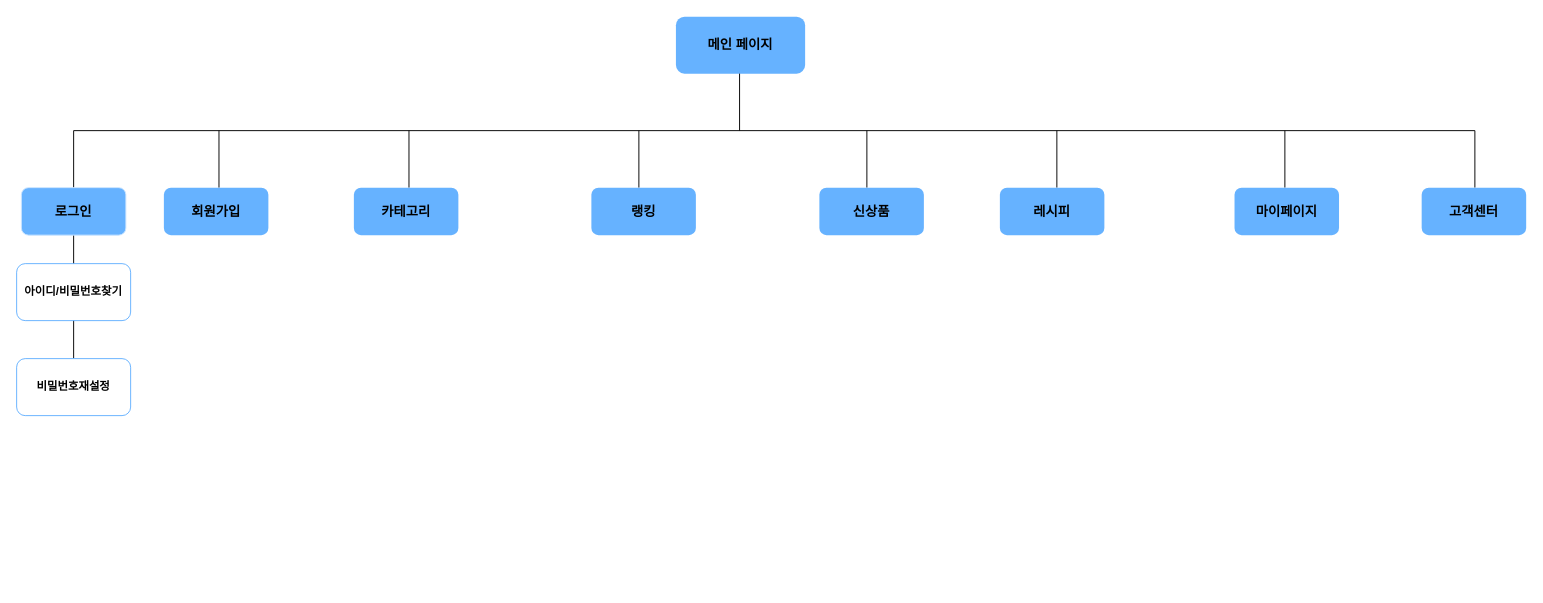
wjdwodhs/Flowchart keeps this draw.io diagram as Flowchart.drawio. Above is the earlier version. Source tidied: cells renumbered, new cells numbered last; positions are measured from the earlier drawing's top-left corner, leaving out a move shared by most shapes. Both pictures are drawn from the tidied source at 95%, with x=0, y=0 at pixel (16, 16).
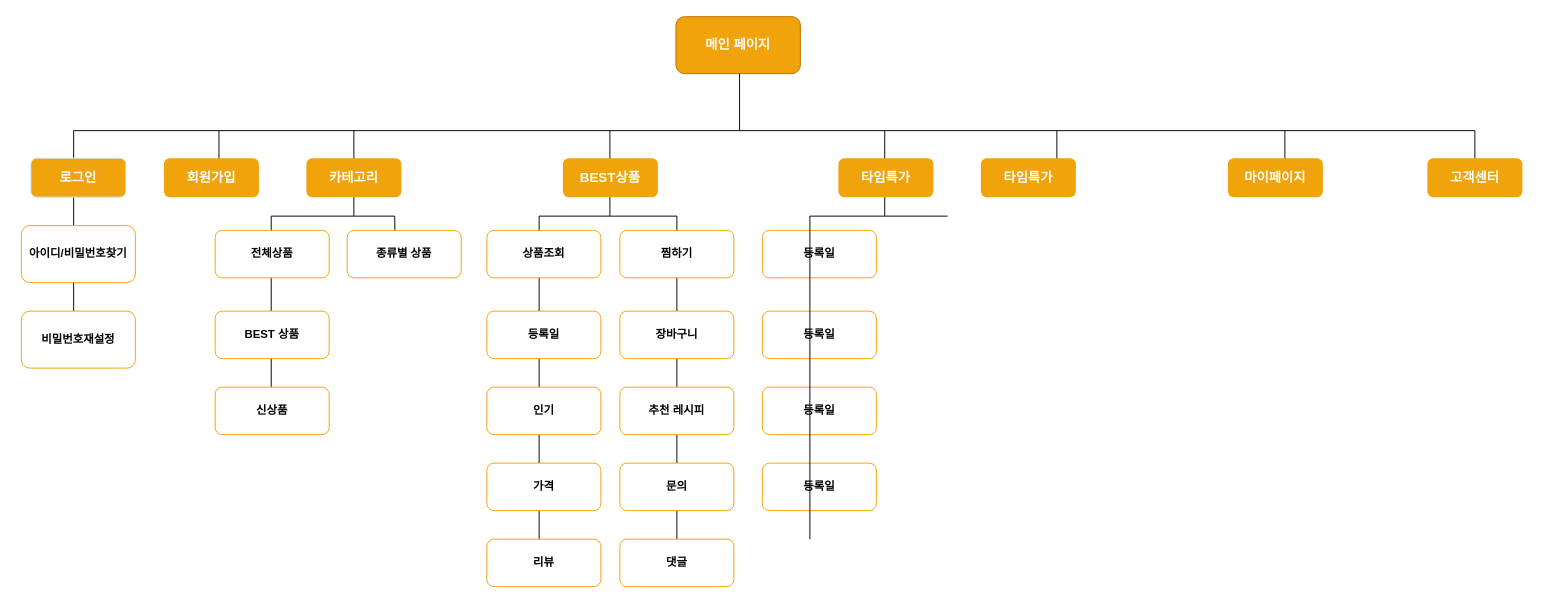
The same page after the edit.

Change to the diagram source:
```diff
@@
-    <mxCell id="2" value="&lt;h3&gt;&lt;font style=&quot;font-size: 14px;&quot;&gt;메인 페이지&lt;/font&gt;&lt;/h3&gt;" style="rounded=1;whiteSpace=wrap;html=1;fillColor=#66B2FF;strokeColor=none;" parent="1" vertex="1">
-      <mxGeometry x="694" width="136" height="60" as="geometry" />
+    <mxCell id="2" value="&lt;h3&gt;&lt;font color=&quot;#ffffff&quot; style=&quot;font-size: 14px;&quot;&gt;메인 페이지&lt;/font&gt;&lt;/h3&gt;" style="rounded=1;whiteSpace=wrap;html=1;fillColor=#F0A30A;strokeColor=#BD7000;fontColor=#000000;" parent="1" vertex="1">
+      <mxGeometry x="694" width="131" height="60" as="geometry" />
     </mxCell>
@@
-    <mxCell id="7" style="endArrow=none;html=1;rounded=0;" parent="1" edge="1">
-      <mxGeometry relative="1" as="geometry">
-        <mxPoint x="413" y="180" as="sourcePoint" />
-        <mxPoint x="413" y="120" as="targetPoint" />
-      </mxGeometry>
-    </mxCell>
-    <mxCell id="8" style="endArrow=none;html=1;rounded=0;" parent="1" edge="1">
-      <mxGeometry relative="1" as="geometry">
-        <mxPoint x="655" y="180" as="sourcePoint" />
-        <mxPoint x="655" y="120" as="targetPoint" />
-      </mxGeometry>
-    </mxCell>
-    <mxCell id="9" style="endArrow=none;html=1;rounded=0;" parent="1" edge="1">
-      <mxGeometry relative="1" as="geometry">
-        <mxPoint x="895" y="180" as="sourcePoint" />
-        <mxPoint x="895" y="120" as="targetPoint" />
-      </mxGeometry>
-    </mxCell>
-    <mxCell id="10" value="&lt;h3&gt;&lt;font style=&quot;font-size: 14px;&quot;&gt;로그인&lt;/font&gt;&lt;/h3&gt;" style="rounded=1;whiteSpace=wrap;html=1;fillColor=#66B2FF;strokeColor=#CCE5FF;" parent="1" vertex="1">
-      <mxGeometry x="5" y="180" width="110" height="50" as="geometry" />
+    <mxCell id="10" value="&lt;h3&gt;&lt;font color=&quot;#ffffff&quot; style=&quot;font-size: 14px;&quot;&gt;로그인&lt;/font&gt;&lt;/h3&gt;" style="rounded=1;whiteSpace=wrap;html=1;fillColor=#F0A30A;strokeColor=#CCE5FF;" parent="1" vertex="1">
+      <mxGeometry x="15" y="149" width="100" height="41" as="geometry" />
     </mxCell>
-    <mxCell id="11" value="&lt;h3&gt;&lt;font style=&quot;font-size: 14px;&quot;&gt;회원가입&lt;/font&gt;&lt;/h3&gt;" style="rounded=1;whiteSpace=wrap;html=1;fillColor=#66B2FF;strokeColor=none;" parent="1" vertex="1">
-      <mxGeometry x="155" y="180" width="110" height="50" as="geometry" />
+    <mxCell id="11" value="&lt;h3&gt;&lt;font color=&quot;#ffffff&quot; style=&quot;font-size: 14px;&quot;&gt;회원가입&lt;/font&gt;&lt;/h3&gt;" style="rounded=1;whiteSpace=wrap;html=1;fillColor=#F0A30A;strokeColor=none;" parent="1" vertex="1">
+      <mxGeometry x="155" y="149" width="100" height="41" as="geometry" />
     </mxCell>
-    <mxCell id="12" value="&lt;h3&gt;&lt;span style=&quot;font-size: 14px;&quot;&gt;카테고리&lt;/span&gt;&lt;/h3&gt;" style="rounded=1;whiteSpace=wrap;html=1;fillColor=#66B2FF;strokeColor=none;" parent="1" vertex="1">
-      <mxGeometry x="355" y="180" width="110" height="50" as="geometry" />
-    </mxCell>
-    <mxCell id="13" value="&lt;h3&gt;&lt;span style=&quot;font-size: 14px;&quot;&gt;랭킹&lt;/span&gt;&lt;/h3&gt;" style="rounded=1;whiteSpace=wrap;html=1;fillColor=#66B2FF;strokeColor=none;" parent="1" vertex="1">
-      <mxGeometry x="605" y="180" width="110" height="50" as="geometry" />
-    </mxCell>
-    <mxCell id="14" value="&lt;h3&gt;&lt;font style=&quot;font-size: 14px;&quot;&gt;신상품&lt;/font&gt;&lt;/h3&gt;" style="rounded=1;whiteSpace=wrap;html=1;fillColor=#66B2FF;strokeColor=none;" parent="1" vertex="1">
-      <mxGeometry x="845" y="180" width="110" height="50" as="geometry" />
-    </mxCell>
@@
-    <mxCell id="16" value="&lt;h3&gt;&lt;font style=&quot;font-size: 14px;&quot;&gt;레시피&lt;/font&gt;&lt;/h3&gt;" style="rounded=1;whiteSpace=wrap;html=1;fillColor=#66B2FF;strokeColor=none;" parent="1" vertex="1">
-      <mxGeometry x="1035" y="180" width="110" height="50" as="geometry" />
-    </mxCell>
@@
-    <mxCell id="18" value="&lt;h3&gt;&lt;font style=&quot;font-size: 14px;&quot;&gt;마이페이지&lt;/font&gt;&lt;/h3&gt;" style="rounded=1;whiteSpace=wrap;html=1;fillColor=#66B2FF;strokeColor=none;" parent="1" vertex="1">
-      <mxGeometry x="1282" y="180" width="110" height="50" as="geometry" />
+    <mxCell id="18" value="&lt;h3&gt;&lt;font color=&quot;#ffffff&quot; style=&quot;font-size: 14px;&quot;&gt;마이페이지&lt;/font&gt;&lt;/h3&gt;" style="rounded=1;whiteSpace=wrap;html=1;fillColor=#F0A30A;strokeColor=none;" parent="1" vertex="1">
+      <mxGeometry x="1275" y="149" width="100" height="41" as="geometry" />
     </mxCell>
-    <mxCell id="19" value="&lt;font style=&quot;font-size: 12px;&quot;&gt;&lt;b&gt;아이디/비밀번호찾기&lt;/b&gt;&lt;/font&gt;" style="rounded=1;whiteSpace=wrap;html=1;strokeColor=#66B2FF;" parent="1" vertex="1">
-      <mxGeometry y="260" width="120" height="60" as="geometry" />
+    <mxCell id="19" value="&lt;font style=&quot;font-size: 12px;&quot;&gt;&lt;b&gt;아이디/비밀번호찾기&lt;/b&gt;&lt;/font&gt;" style="rounded=1;whiteSpace=wrap;html=1;strokeColor=#F0A30A;" parent="1" vertex="1">
+      <mxGeometry x="5" y="220" width="120" height="60" as="geometry" />
     </mxCell>
-    <mxCell id="20" value="&lt;b&gt;비밀번호재설정&lt;/b&gt;" style="rounded=1;whiteSpace=wrap;html=1;strokeColor=#66B2FF;" parent="1" vertex="1">
-      <mxGeometry y="360" width="120" height="60" as="geometry" />
+    <mxCell id="20" value="&lt;b&gt;비밀번호재설정&lt;/b&gt;" style="rounded=1;whiteSpace=wrap;html=1;strokeColor=#F0A30A;" parent="1" vertex="1">
+      <mxGeometry x="5" y="310" width="120" height="60" as="geometry" />
     </mxCell>
     <mxCell id="21" style="endArrow=none;html=1;rounded=0;" parent="1" edge="1">
       <mxGeometry relative="1" as="geometry">
-        <mxPoint x="1535" y="180" as="sourcePoint" />
+        <mxPoint x="1535" y="150" as="sourcePoint" />
         <mxPoint x="1535" y="120" as="targetPoint" />
       </mxGeometry>
     </mxCell>
+    <mxCell id="23" style="endArrow=none;html=1;rounded=0;" parent="1" edge="1">
+      <mxGeometry relative="1" as="geometry">
+        <mxPoint x="355" y="210" as="sourcePoint" />
+        <mxPoint x="355" y="120" as="targetPoint" />
+      </mxGeometry>
+    </mxCell>
+    <mxCell id="12" value="&lt;h3&gt;&lt;span style=&quot;font-size: 14px;&quot;&gt;&lt;font color=&quot;#ffffff&quot;&gt;카테고리&lt;/font&gt;&lt;/span&gt;&lt;/h3&gt;" style="rounded=1;whiteSpace=wrap;html=1;fillColor=#F0A30A;strokeColor=none;" parent="1" vertex="1">
+      <mxGeometry x="305" y="149" width="100" height="41" as="geometry" />
+    </mxCell>
+    <mxCell id="24" style="endArrow=none;html=1;rounded=0;" parent="1" edge="1">
+      <mxGeometry relative="1" as="geometry">
+        <mxPoint x="268" y="210" as="sourcePoint" />
+        <mxPoint x="398" y="210" as="targetPoint" />
+      </mxGeometry>
+    </mxCell>
+    <mxCell id="25" style="endArrow=none;html=1;rounded=0;exitX=0.422;exitY=0.972;exitDx=0;exitDy=0;exitPerimeter=0;" parent="1" edge="1">
+      <mxGeometry relative="1" as="geometry">
+        <mxPoint x="398.6" y="273.6" as="sourcePoint" />
+        <mxPoint x="398" y="210" as="targetPoint" />
+      </mxGeometry>
+    </mxCell>
+    <mxCell id="26" value="&lt;b&gt;종류별 상품&lt;/b&gt;" style="rounded=1;whiteSpace=wrap;html=1;strokeColor=#F0A30A;" parent="1" vertex="1">
+      <mxGeometry x="348" y="225" width="120" height="50" as="geometry" />
+    </mxCell>
+    <mxCell id="27" style="endArrow=none;html=1;rounded=0;exitX=0.5;exitY=0;exitDx=0;exitDy=0;" parent="1" edge="1" source="49">
+      <mxGeometry relative="1" as="geometry">
+        <mxPoint x="695" y="210" as="targetPoint" />
+      </mxGeometry>
+    </mxCell>
+    <mxCell id="28" style="endArrow=none;html=1;rounded=0;exitX=0.5;exitY=1;exitDx=0;exitDy=0;" parent="1" edge="1">
+      <mxGeometry relative="1" as="geometry">
+        <mxPoint x="268" y="440" as="sourcePoint" />
+        <mxPoint x="268" y="210" as="targetPoint" />
+      </mxGeometry>
+    </mxCell>
+    <mxCell id="29" value="&lt;b&gt;전체상품&lt;/b&gt;" style="rounded=1;whiteSpace=wrap;html=1;strokeColor=#F0A30A;" parent="1" vertex="1">
+      <mxGeometry x="209" y="225" width="120" height="50" as="geometry" />
+    </mxCell>
+    <mxCell id="30" value="&lt;b&gt;BEST 상품&lt;/b&gt;" style="rounded=1;whiteSpace=wrap;html=1;strokeColor=#F0A30A;" parent="1" vertex="1">
+      <mxGeometry x="209" y="310" width="120" height="50" as="geometry" />
+    </mxCell>
+    <mxCell id="14" value="&lt;b&gt;신상품&lt;/b&gt;" style="rounded=1;whiteSpace=wrap;html=1;strokeColor=#F0A30A;" parent="1" vertex="1">
+      <mxGeometry x="209" y="390" width="120" height="50" as="geometry" />
+    </mxCell>
+    <mxCell id="31" style="endArrow=none;html=1;rounded=0;" parent="1" edge="1">
+      <mxGeometry relative="1" as="geometry">
+        <mxPoint x="550" y="560" as="sourcePoint" />
+        <mxPoint x="550" y="210" as="targetPoint" />
+      </mxGeometry>
+    </mxCell>
-    <mxCell id="22" value="&lt;h3&gt;&lt;font style=&quot;font-size: 14px;&quot;&gt;고객센터&lt;/font&gt;&lt;/h3&gt;" style="rounded=1;whiteSpace=wrap;html=1;fillColor=#66B2FF;strokeColor=none;" parent="1" vertex="1">
-      <mxGeometry x="1479" y="180" width="110" height="50" as="geometry" />
+    <mxCell id="22" value="&lt;h3&gt;&lt;font color=&quot;#ffffff&quot; style=&quot;font-size: 14px;&quot;&gt;고객센터&lt;/font&gt;&lt;/h3&gt;" style="rounded=1;whiteSpace=wrap;html=1;fillColor=#F0A30A;strokeColor=none;" parent="1" vertex="1">
+      <mxGeometry x="1485" y="149" width="100" height="41" as="geometry" />
     </mxCell>
+    <mxCell id="32" value="&lt;b&gt;상품조회&lt;/b&gt;" style="rounded=1;whiteSpace=wrap;html=1;strokeColor=#F0A30A;" parent="1" vertex="1">
+      <mxGeometry x="495" y="225" width="120" height="50" as="geometry" />
+    </mxCell>
+    <mxCell id="33" value="&lt;b&gt;등록일&lt;/b&gt;" style="rounded=1;whiteSpace=wrap;html=1;strokeColor=#F0A30A;" parent="1" vertex="1">
+      <mxGeometry x="495" y="310" width="120" height="50" as="geometry" />
+    </mxCell>
+    <mxCell id="34" value="&lt;b&gt;인기&lt;/b&gt;" style="rounded=1;whiteSpace=wrap;html=1;strokeColor=#F0A30A;" parent="1" vertex="1">
+      <mxGeometry x="495" y="390" width="120" height="50" as="geometry" />
+    </mxCell>
+    <mxCell id="35" value="&lt;b&gt;가격&lt;/b&gt;" style="rounded=1;whiteSpace=wrap;html=1;strokeColor=#F0A30A;" parent="1" vertex="1">
+      <mxGeometry x="495" y="470" width="120" height="50" as="geometry" />
+    </mxCell>
+    <mxCell id="36" value="&lt;b&gt;찜하기&lt;/b&gt;" style="rounded=1;whiteSpace=wrap;html=1;strokeColor=#F0A30A;" parent="1" vertex="1">
+      <mxGeometry x="635" y="225" width="120" height="50" as="geometry" />
+    </mxCell>
+    <mxCell id="37" value="&lt;b&gt;장바구니&lt;/b&gt;" style="rounded=1;whiteSpace=wrap;html=1;strokeColor=#F0A30A;" parent="1" vertex="1">
+      <mxGeometry x="635" y="310" width="120" height="50" as="geometry" />
+    </mxCell>
+    <mxCell id="38" value="&lt;b&gt;추천 레시피&lt;/b&gt;" style="rounded=1;whiteSpace=wrap;html=1;strokeColor=#F0A30A;" parent="1" vertex="1">
+      <mxGeometry x="635" y="390" width="120" height="50" as="geometry" />
+    </mxCell>
+    <mxCell id="39" value="&lt;b style=&quot;border-color: var(--border-color);&quot;&gt;문의&lt;/b&gt;" style="rounded=1;whiteSpace=wrap;html=1;strokeColor=#F0A30A;" parent="1" vertex="1">
+      <mxGeometry x="635" y="470" width="120" height="50" as="geometry" />
+    </mxCell>
+    <mxCell id="40" value="&lt;h3&gt;&lt;font color=&quot;#ffffff&quot;&gt;&lt;span style=&quot;font-size: 14px;&quot;&gt;타임특가&lt;/span&gt;&lt;/font&gt;&lt;/h3&gt;" style="rounded=1;whiteSpace=wrap;html=1;fillColor=#F0A30A;strokeColor=none;" parent="1" vertex="1">
+      <mxGeometry x="1015" y="149" width="100" height="41" as="geometry" />
+    </mxCell>
+    <mxCell id="41" value="&lt;b&gt;등록일&lt;/b&gt;" style="rounded=1;whiteSpace=wrap;html=1;strokeColor=#F0A30A;" parent="1" vertex="1">
+      <mxGeometry x="785" y="225" width="120" height="50" as="geometry" />
+    </mxCell>
+    <mxCell id="42" value="&lt;b&gt;등록일&lt;/b&gt;" style="rounded=1;whiteSpace=wrap;html=1;strokeColor=#F0A30A;" parent="1" vertex="1">
+      <mxGeometry x="785" y="310" width="120" height="50" as="geometry" />
+    </mxCell>
+    <mxCell id="43" value="&lt;b&gt;등록일&lt;/b&gt;" style="rounded=1;whiteSpace=wrap;html=1;strokeColor=#F0A30A;" parent="1" vertex="1">
+      <mxGeometry x="785" y="470" width="120" height="50" as="geometry" />
+    </mxCell>
+    <mxCell id="44" value="&lt;b&gt;등록일&lt;/b&gt;" style="rounded=1;whiteSpace=wrap;html=1;strokeColor=#F0A30A;" parent="1" vertex="1">
+      <mxGeometry x="785" y="390" width="120" height="50" as="geometry" />
+    </mxCell>
+    <mxCell id="45" value="&lt;b&gt;리뷰&lt;/b&gt;" style="rounded=1;whiteSpace=wrap;html=1;strokeColor=#F0A30A;" parent="1" vertex="1">
+      <mxGeometry x="495" y="550" width="120" height="50" as="geometry" />
+    </mxCell>
+    <mxCell id="46" style="endArrow=none;html=1;rounded=0;" parent="1" edge="1">
+      <mxGeometry relative="1" as="geometry">
+        <mxPoint x="550" y="210" as="sourcePoint" />
+        <mxPoint x="695" y="210" as="targetPoint" />
+      </mxGeometry>
+    </mxCell>
+    <mxCell id="47" style="endArrow=none;html=1;rounded=0;" parent="1" edge="1">
+      <mxGeometry relative="1" as="geometry">
+        <mxPoint x="624.5" y="210" as="sourcePoint" />
+        <mxPoint x="624.5" y="120" as="targetPoint" />
+      </mxGeometry>
+    </mxCell>
+    <mxCell id="48" value="&lt;h3 style=&quot;border-color: var(--border-color);&quot;&gt;&lt;font color=&quot;#ffffff&quot;&gt;BEST상품&lt;/font&gt;&lt;/h3&gt;" style="rounded=1;whiteSpace=wrap;html=1;fillColor=#F0A30A;strokeColor=none;" parent="1" vertex="1">
+      <mxGeometry x="575" y="149" width="100" height="41" as="geometry" />
+    </mxCell>
+    <mxCell id="49" value="&lt;b style=&quot;border-color: var(--border-color);&quot;&gt;댓글&lt;/b&gt;" style="rounded=1;whiteSpace=wrap;html=1;strokeColor=#F0A30A;" parent="1" vertex="1">
+      <mxGeometry x="635" y="550" width="120" height="50" as="geometry" />
+    </mxCell>
+    <mxCell id="50" style="endArrow=none;html=1;rounded=0;" parent="1" edge="1">
+      <mxGeometry relative="1" as="geometry">
+        <mxPoint x="913.8" y="210" as="sourcePoint" />
+        <mxPoint x="913.8" y="120" as="targetPoint" />
+      </mxGeometry>
+    </mxCell>
+    <mxCell id="51" value="&lt;h3&gt;&lt;font color=&quot;#ffffff&quot;&gt;&lt;span style=&quot;font-size: 14px;&quot;&gt;타임특가&lt;/span&gt;&lt;/font&gt;&lt;/h3&gt;" style="rounded=1;whiteSpace=wrap;html=1;fillColor=#F0A30A;strokeColor=none;" parent="1" vertex="1">
+      <mxGeometry x="865" y="149" width="100" height="41" as="geometry" />
+    </mxCell>
+    <mxCell id="52" style="endArrow=none;html=1;rounded=0;" parent="1" edge="1">
+      <mxGeometry relative="1" as="geometry">
+        <mxPoint x="835" y="210" as="sourcePoint" />
+        <mxPoint x="980" y="210" as="targetPoint" />
+      </mxGeometry>
+    </mxCell>
+    <mxCell id="53" style="endArrow=none;html=1;rounded=0;exitX=0.5;exitY=0;exitDx=0;exitDy=0;" parent="1" edge="1">
+      <mxGeometry relative="1" as="geometry">
+        <mxPoint x="835" y="550" as="sourcePoint" />
+        <mxPoint x="835" y="210" as="targetPoint" />
+      </mxGeometry>
+    </mxCell>
```
